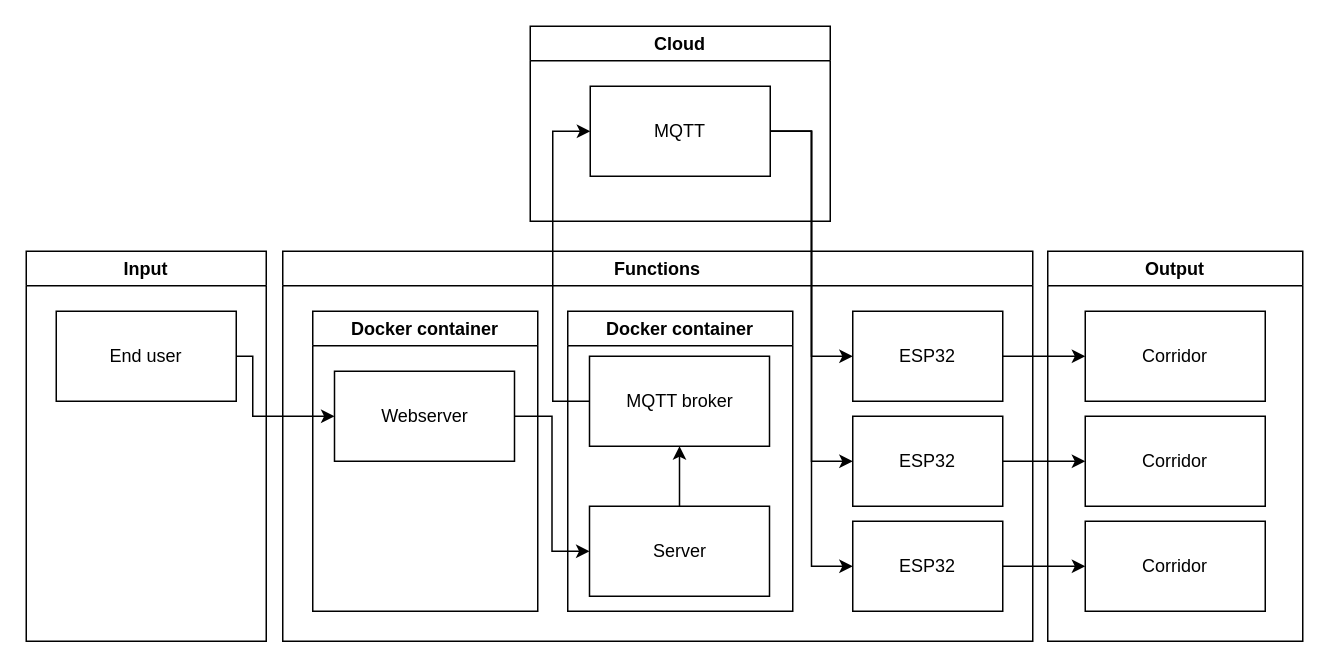
Above: docs/ArchitectureDiagram.drawio in vives-project-xp/InteractiveCorridor (draw.io), before the change. Source tidied: cells renumbered, new cells numbered last; positions are measured from the earlier drawing's top-left corner, leaving out a move shared by most shapes. Both pictures are drawn from the tidied source at 150%, with x=0, y=0 at pixel (26, 26).
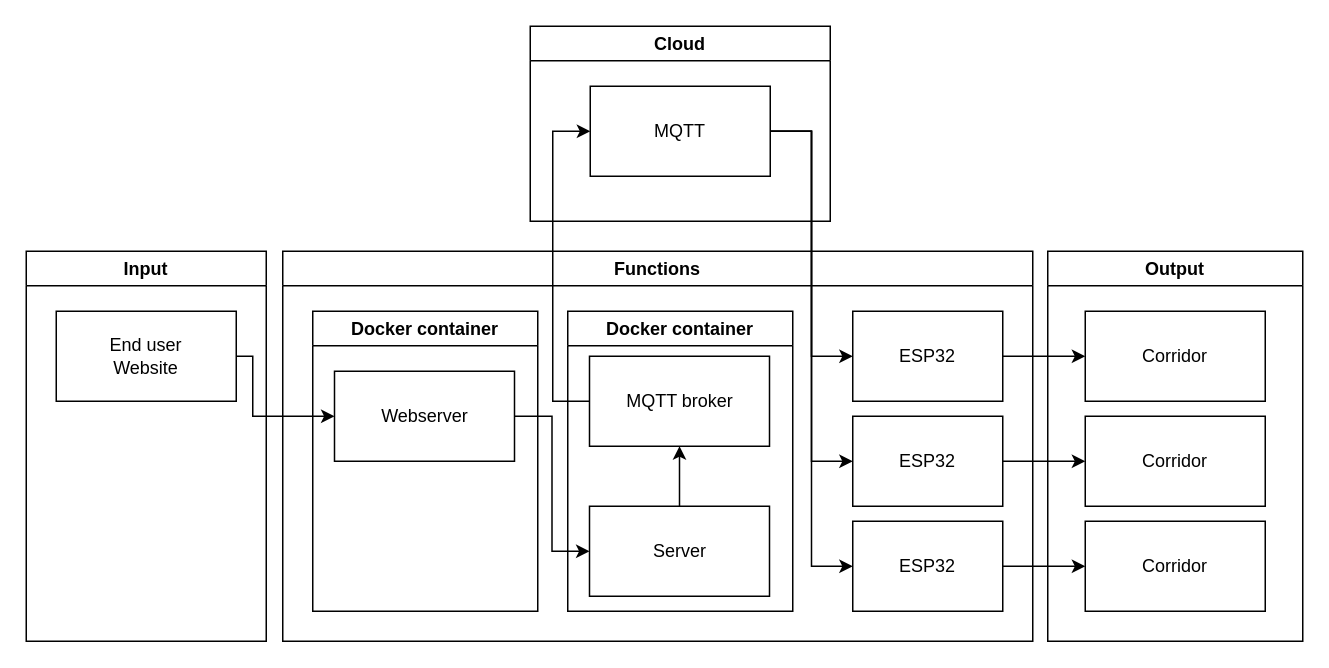
The same diagram, later.

Unchanged cells that the change refers to:
```xml
<mxCell id="2" value="Input" style="swimlane;whiteSpace=wrap;html=1;fillColor=none;" parent="1" vertex="1">
  <mxGeometry y="150" width="160" height="260" as="geometry" />
</mxCell>
```

The edit, as a diff of the source:
```diff
@@
-    <mxCell id="3" value="End user" style="rounded=0;whiteSpace=wrap;html=1;fillColor=none;" parent="2" vertex="1">
+    <mxCell id="3" value="End user&lt;br&gt;Website" style="rounded=0;whiteSpace=wrap;html=1;fillColor=none;" parent="2" vertex="1">
       <mxGeometry x="20" y="40" width="120" height="60" as="geometry" />
     </mxCell>
```
